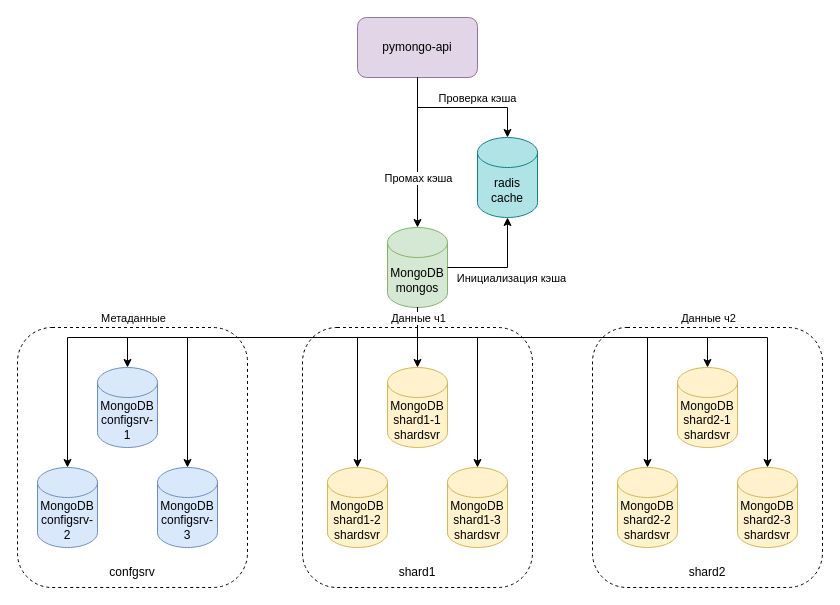
Above: task-1/sprint-4-task-1-3.drawio in z-a-h-i-l/ya-practicum-sprint-4 (draw.io), before the change. Source tidied: cells renumbered, new cells numbered last; positions are measured from the earlier drawing's top-left corner, leaving out a move shared by most shapes. Both pictures are drawn from the tidied source at 100%, with x=0, y=0 at pixel (17, 17).
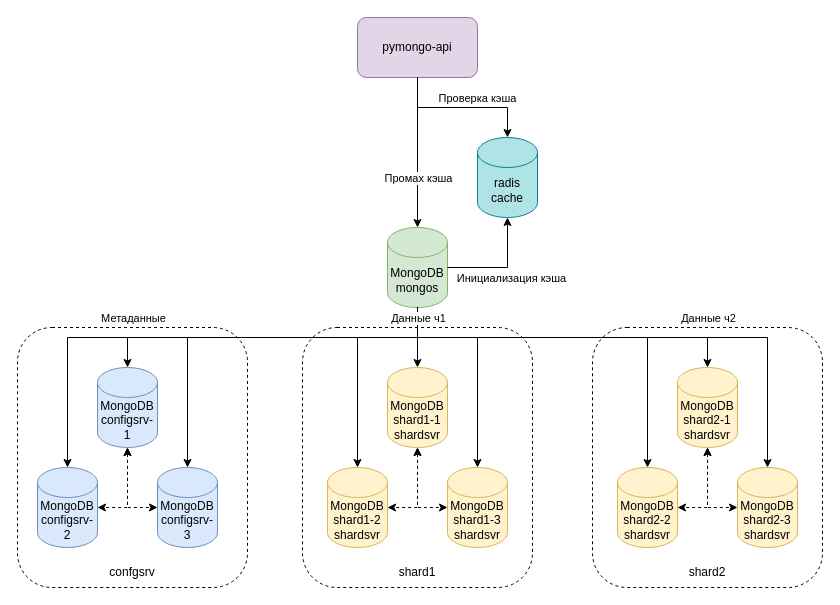
The same diagram, later.

Commit message (it also covers changes not shown here):
update schemas task-1

The change refers to these unchanged cells:
```xml
<mxCell id="7" value="MongoDB shard2-1&lt;div&gt;shardsvr&lt;/div&gt;" style="shape=cylinder3;whiteSpace=wrap;html=1;boundedLbl=1;backgroundOutline=1;size=15;fillColor=#fff2cc;strokeColor=#d6b656;" parent="1" vertex="1">
  <mxGeometry x="660" y="350" width="60" height="80" as="geometry" />
</mxCell>
<mxCell id="8" value="MongoDB shard1-1&lt;div&gt;shardsvr&lt;/div&gt;" style="shape=cylinder3;whiteSpace=wrap;html=1;boundedLbl=1;backgroundOutline=1;size=15;fillColor=#fff2cc;strokeColor=#d6b656;" parent="1" vertex="1">
  <mxGeometry x="370" y="350" width="60" height="80" as="geometry" />
</mxCell>
<mxCell id="9" value="MongoDB&lt;div&gt;configsrv-1&lt;/div&gt;" style="shape=cylinder3;whiteSpace=wrap;html=1;boundedLbl=1;backgroundOutline=1;size=15;fillColor=#dae8fc;strokeColor=#6c8ebf;" parent="1" vertex="1">
  <mxGeometry x="80" y="350" width="60" height="80" as="geometry" />
</mxCell>
<mxCell id="15" value="MongoDB&lt;div&gt;configsrv-2&lt;/div&gt;" style="shape=cylinder3;whiteSpace=wrap;html=1;boundedLbl=1;backgroundOutline=1;size=15;fillColor=#dae8fc;strokeColor=#6c8ebf;" parent="1" vertex="1">
  <mxGeometry x="20" y="450" width="60" height="80" as="geometry" />
</mxCell>
<mxCell id="16" value="MongoDB&lt;div&gt;configsrv-3&lt;/div&gt;" style="shape=cylinder3;whiteSpace=wrap;html=1;boundedLbl=1;backgroundOutline=1;size=15;fillColor=#dae8fc;strokeColor=#6c8ebf;" parent="1" vertex="1">
  <mxGeometry x="140" y="450" width="60" height="80" as="geometry" />
</mxCell>
<mxCell id="17" value="MongoDB shard1-2&lt;div&gt;shardsvr&lt;/div&gt;" style="shape=cylinder3;whiteSpace=wrap;html=1;boundedLbl=1;backgroundOutline=1;size=15;fillColor=#fff2cc;strokeColor=#d6b656;" parent="1" vertex="1">
  <mxGeometry x="310" y="450" width="60" height="80" as="geometry" />
</mxCell>
<mxCell id="18" value="MongoDB shard1-3&lt;div&gt;shardsvr&lt;/div&gt;" style="shape=cylinder3;whiteSpace=wrap;html=1;boundedLbl=1;backgroundOutline=1;size=15;fillColor=#fff2cc;strokeColor=#d6b656;" parent="1" vertex="1">
  <mxGeometry x="430" y="450" width="60" height="80" as="geometry" />
</mxCell>
<mxCell id="19" value="MongoDB shard2-2&lt;div&gt;shardsvr&lt;/div&gt;" style="shape=cylinder3;whiteSpace=wrap;html=1;boundedLbl=1;backgroundOutline=1;size=15;fillColor=#fff2cc;strokeColor=#d6b656;" parent="1" vertex="1">
  <mxGeometry x="600" y="450" width="60" height="80" as="geometry" />
</mxCell>
<mxCell id="20" value="MongoDB shard2-3&lt;div&gt;shardsvr&lt;/div&gt;" style="shape=cylinder3;whiteSpace=wrap;html=1;boundedLbl=1;backgroundOutline=1;size=15;fillColor=#fff2cc;strokeColor=#d6b656;" parent="1" vertex="1">
  <mxGeometry x="720" y="450" width="60" height="80" as="geometry" />
</mxCell>
```

The edit, as a diff of the source:
```diff
@@
+    <mxCell id="35" style="edgeStyle=orthogonalEdgeStyle;rounded=0;jettySize=auto;html=1;exitX=0.5;exitY=1;exitDx=0;exitDy=0;exitPerimeter=0;entryX=1;entryY=0.5;entryDx=0;entryDy=0;entryPerimeter=0;dashed=1;startArrow=classic;startFill=1;" parent="1" edge="1" source="9" target="15">
+      <mxGeometry relative="1" as="geometry" />
+    </mxCell>
+    <mxCell id="36" style="edgeStyle=orthogonalEdgeStyle;rounded=0;jettySize=auto;html=1;exitX=0.5;exitY=1;exitDx=0;exitDy=0;exitPerimeter=0;entryX=0;entryY=0.5;entryDx=0;entryDy=0;entryPerimeter=0;dashed=1;startArrow=classic;startFill=1;" parent="1" edge="1" source="9" target="16">
+      <mxGeometry relative="1" as="geometry" />
+    </mxCell>
+    <mxCell id="37" style="edgeStyle=orthogonalEdgeStyle;rounded=0;jettySize=auto;html=1;exitX=0.5;exitY=1;exitDx=0;exitDy=0;exitPerimeter=0;entryX=1;entryY=0.5;entryDx=0;entryDy=0;entryPerimeter=0;dashed=1;startArrow=classic;startFill=1;" parent="1" edge="1" source="8" target="17">
+      <mxGeometry relative="1" as="geometry" />
+    </mxCell>
+    <mxCell id="38" style="edgeStyle=orthogonalEdgeStyle;rounded=0;jettySize=auto;html=1;exitX=0.5;exitY=1;exitDx=0;exitDy=0;exitPerimeter=0;entryX=0;entryY=0.5;entryDx=0;entryDy=0;entryPerimeter=0;dashed=1;startArrow=classic;startFill=1;" parent="1" edge="1" source="8" target="18">
+      <mxGeometry relative="1" as="geometry" />
+    </mxCell>
+    <mxCell id="39" style="edgeStyle=orthogonalEdgeStyle;rounded=0;jettySize=auto;html=1;exitX=0.5;exitY=1;exitDx=0;exitDy=0;exitPerimeter=0;entryX=1;entryY=0.5;entryDx=0;entryDy=0;entryPerimeter=0;dashed=1;startArrow=classic;startFill=1;" parent="1" edge="1" source="7" target="19">
+      <mxGeometry relative="1" as="geometry" />
+    </mxCell>
+    <mxCell id="40" style="edgeStyle=orthogonalEdgeStyle;rounded=0;jettySize=auto;html=1;exitX=0.5;exitY=1;exitDx=0;exitDy=0;exitPerimeter=0;entryX=0;entryY=0.5;entryDx=0;entryDy=0;entryPerimeter=0;dashed=1;startArrow=classic;startFill=1;" parent="1" edge="1" source="7" target="20">
+      <mxGeometry relative="1" as="geometry" />
+    </mxCell>
```
